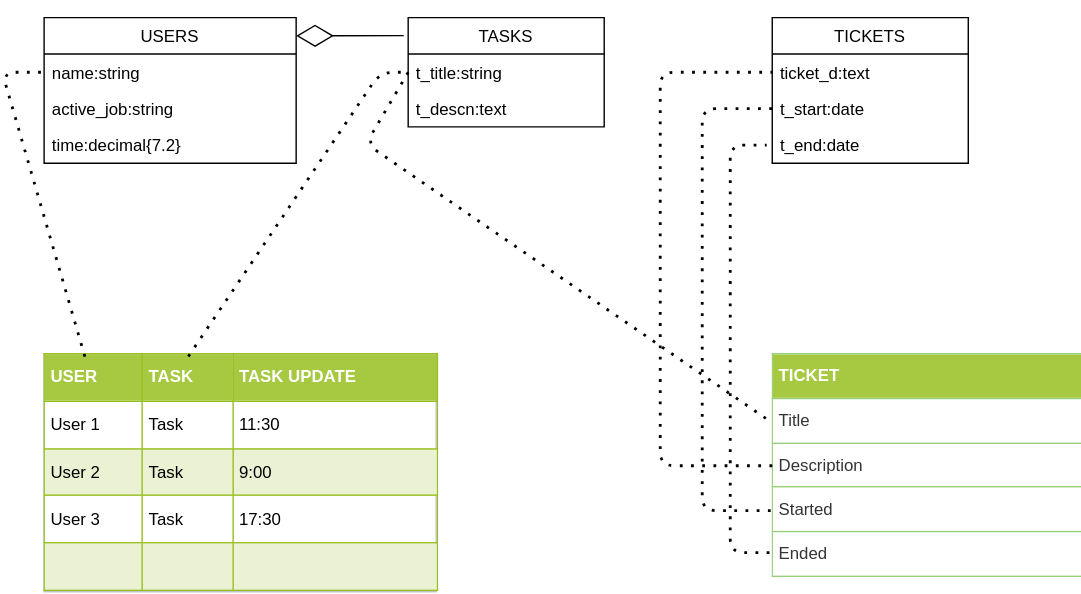
The draw.io diagram Myapp.svg in Roru-cmd/Myapp, before a commit. Source tidied: cells renumbered, new cells last; positions are measured from the earlier drawing's top-left corner, leaving out a move shared by most shapes.
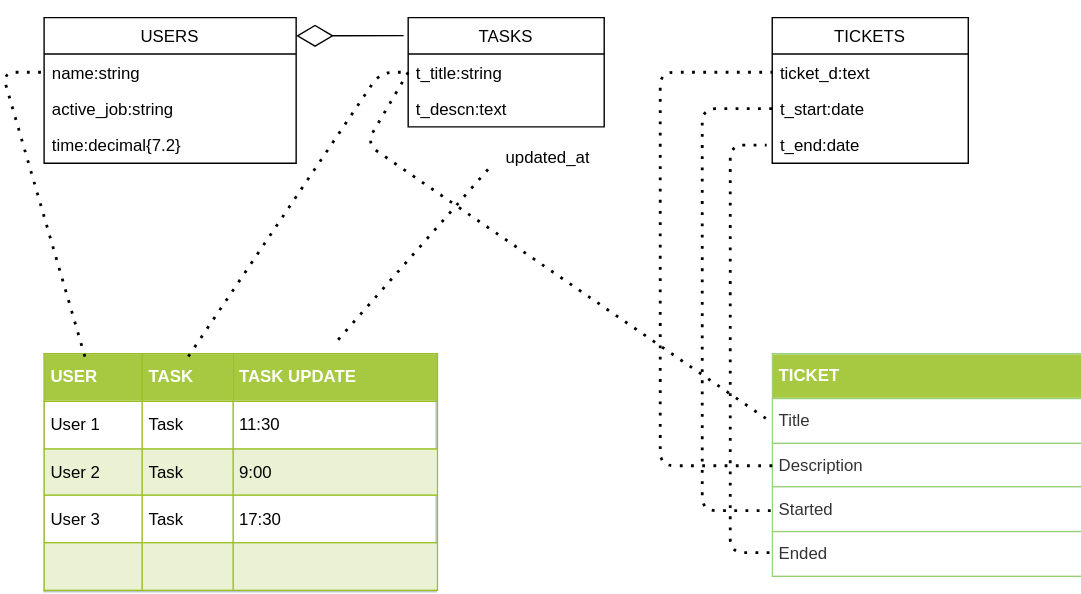
The same diagram one commit later.

Diff of the diagram source:
```diff
@@ -93,5 +93,21 @@
         </Array>
       </mxGeometry>
     </mxCell>
+    <mxCell id="22" style="edgeStyle=orthogonalEdgeStyle;rounded=0;orthogonalLoop=1;jettySize=auto;html=1;exitX=0.5;exitY=1;exitDx=0;exitDy=0;" parent="1" edge="1">
+      <mxGeometry relative="1" as="geometry">
+        <mxPoint x="390" y="104" as="sourcePoint" />
+        <mxPoint x="390" y="104" as="targetPoint" />
+      </mxGeometry>
+    </mxCell>
+    <object id="23" label="updated_at" name="Variable" placeholders="1">
+      <mxCell style="text;html=1;strokeColor=none;fillColor=none;align=center;verticalAlign=middle;whiteSpace=wrap;overflow=hidden;" parent="1" vertex="1">
+        <mxGeometry x="350" y="90" width="80" height="20" as="geometry" />
+      </mxCell>
+    </object>
+    <mxCell id="24" style="endArrow=none;dashed=1;html=1;dashPattern=1 3;strokeWidth=2;entryX=0;entryY=0.75;entryDx=0;entryDy=0;" parent="1" edge="1" target="23">
+      <mxGeometry relative="1" as="geometry">
+        <mxPoint x="240" y="230" as="sourcePoint" />
+      </mxGeometry>
+    </mxCell>
   </root>
 </mxGraphModel>
```
